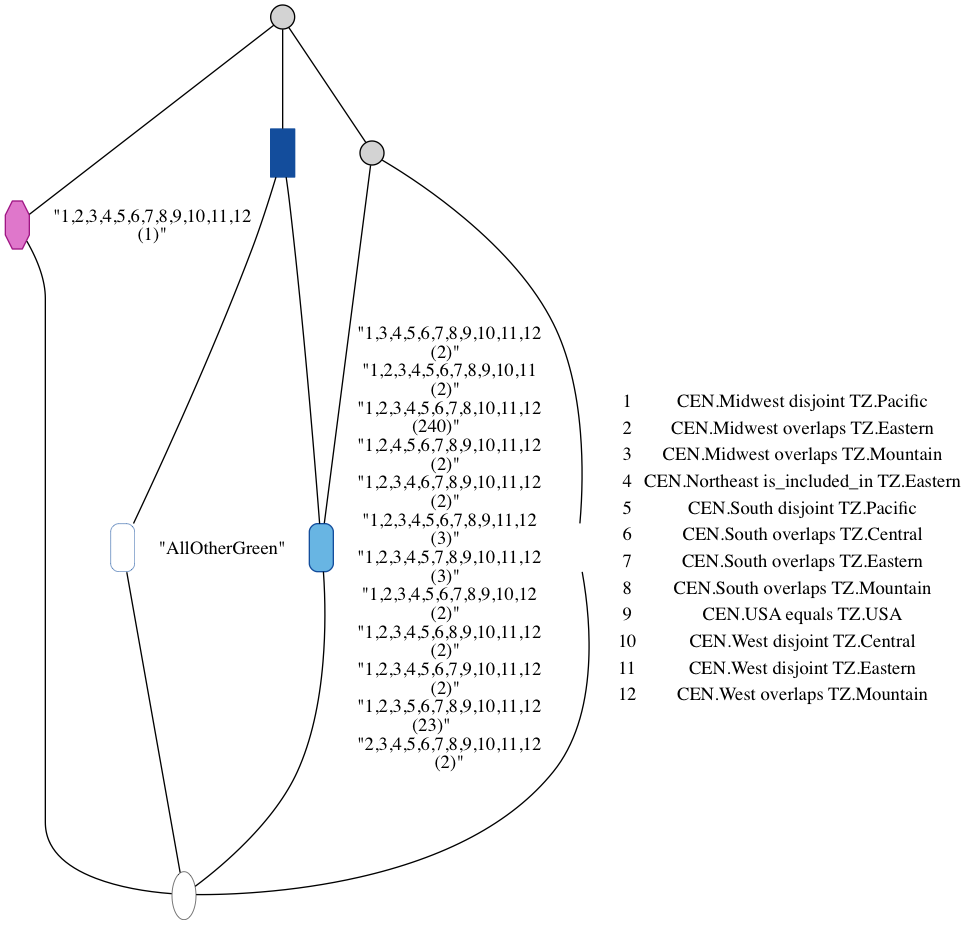
Before: example/regional_amblat_hierachy.png, a diagram exported from Graphviz (qwang70/GraphVizDotToDatabaseParsing). Its source is kept beside it as example/regional_amblat_hierachy.dot.
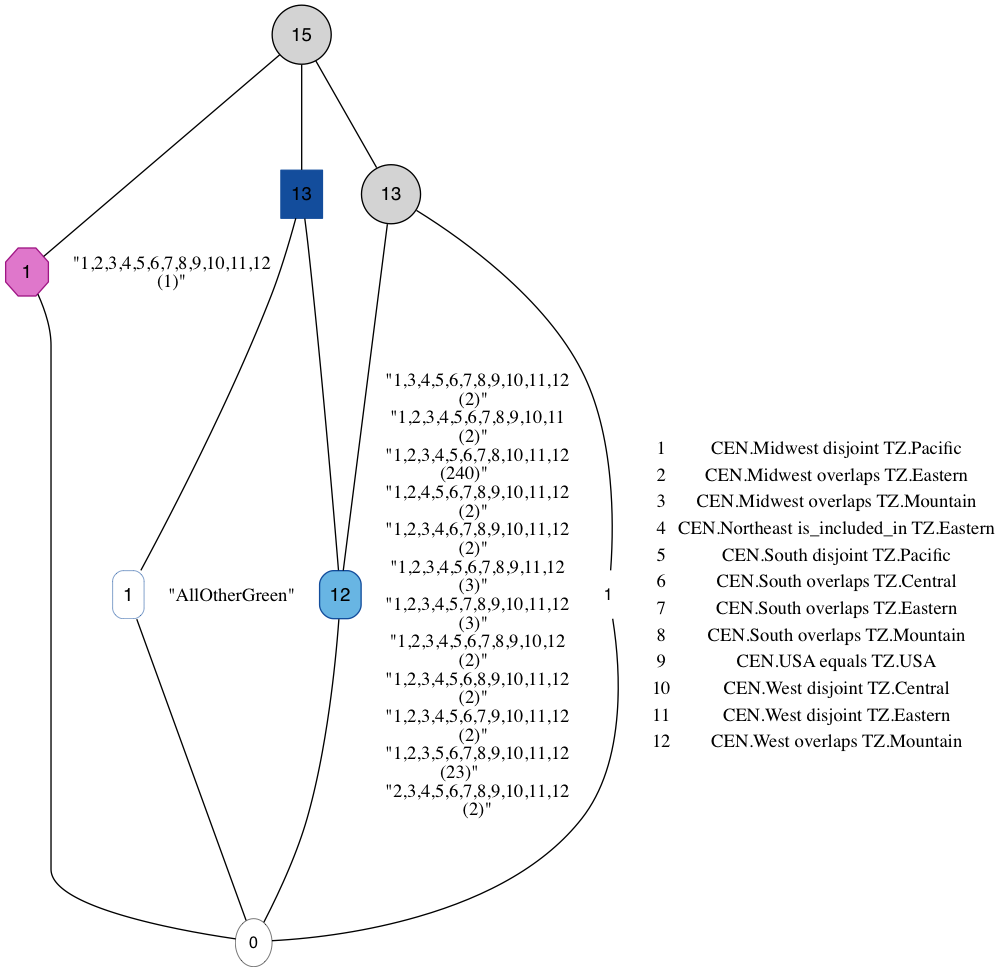
Later version of the same file.

The edit, as a diff of the source:
```diff
@@ -1,14 +1,14 @@
 digraph Lattice {
 	node [label="" shape=circle style=filled width=.25]
 	edge [dir=none labeldistance=1.5 minlen=2]
-	c0 [color="" fillcolor="" fontname=Helvetica fontsize=12 penwidth=0.4 shape="" style=""]
-	c1 [color="#134d9c" fontname=Helvetica penwidth=0.4 shape=box style=rounded]
+	c0 ["''"="''" color="" fillcolor="" fontname=Helvetica fontsize=12 label=0 penwidth=0.4 shape="" style=""]
+	c1 [color="#134d9c" fontname=Helvetica label=1 penwidth=0.4 shape=box style=rounded]
 	c1 -> c1 [label="\"AllOtherGreen\"" color=transparent labelangle=270]
 	c1 -> c0
-	c2 [color="#9f1684" fillcolor="#df77cb" fontname=Helvetica shape=octagon style=filled]
+	c2 [color="#9f1684" fillcolor="#df77cb" fontname=Helvetica label=1 shape=octagon style=filled]
 	c2 -> c2 [label="\"1,2,3,4,5,6,7,8,9,10,11,12\n(1)\"" color=transparent labelangle=270]
 	c2 -> c0
-	c3 [color=black fillcolor=white fontname=Helvetica fontsize=12 shape=plaintext style="rounded,filled"]
+	c3 [color=black fillcolor=white fontname=Helvetica fontsize=12 label=1 shape=plaintext style="rounded,filled"]
 	c3 -> c3 [label=<
  <TABLE BORDER="0" CELLBORDER="1" CELLSPACING="0" CELLPADDING="2">
 <TR>
@@ -62,7 +62,7 @@
 </TABLE>
  > color=transparent labelangle=270]
 	c3 -> c0
-	c4 [color="#134d9c" fillcolor="#68b5e3" fontname=Helvetica shape=box style="rounded,filled"]
+	c4 [color="#134d9c" fillcolor="#68b5e3" fontname=Helvetica label=12 shape=box style="rounded,filled"]
 	c4 -> c4 [label="\"1,3,4,5,6,7,8,9,10,11,12\n(2)\"
 \"1,2,3,4,5,6,7,8,9,10,11\n(2)\"
 \"1,2,3,4,5,6,7,8,10,11,12\n(240)\"
@@ -76,13 +76,13 @@
 \"1,2,3,5,6,7,8,9,10,11,12\n(23)\"
 \"2,3,4,5,6,7,8,9,10,11,12\n(2)\"" color=transparent labelangle=270]
 	c4 -> c0
-	c5 [color="#134d9c" fontname=Helvetica shape=box]
+	c5 [color="#134d9c" fontname=Helvetica label=13 shape=box]
 	c5 -> c1
 	c5 -> c4
-	c6 [fontname=Helvetica style="rounded,filled"]
+	c6 [fontname=Helvetica label=13 style="rounded,filled"]
 	c6 -> c3
 	c6 -> c4
-	c7 [fontname=Helvetica]
+	c7 [fontname=Helvetica label=15]
 	c7 -> c2
 	c7 -> c5
 	c7 -> c6
```
